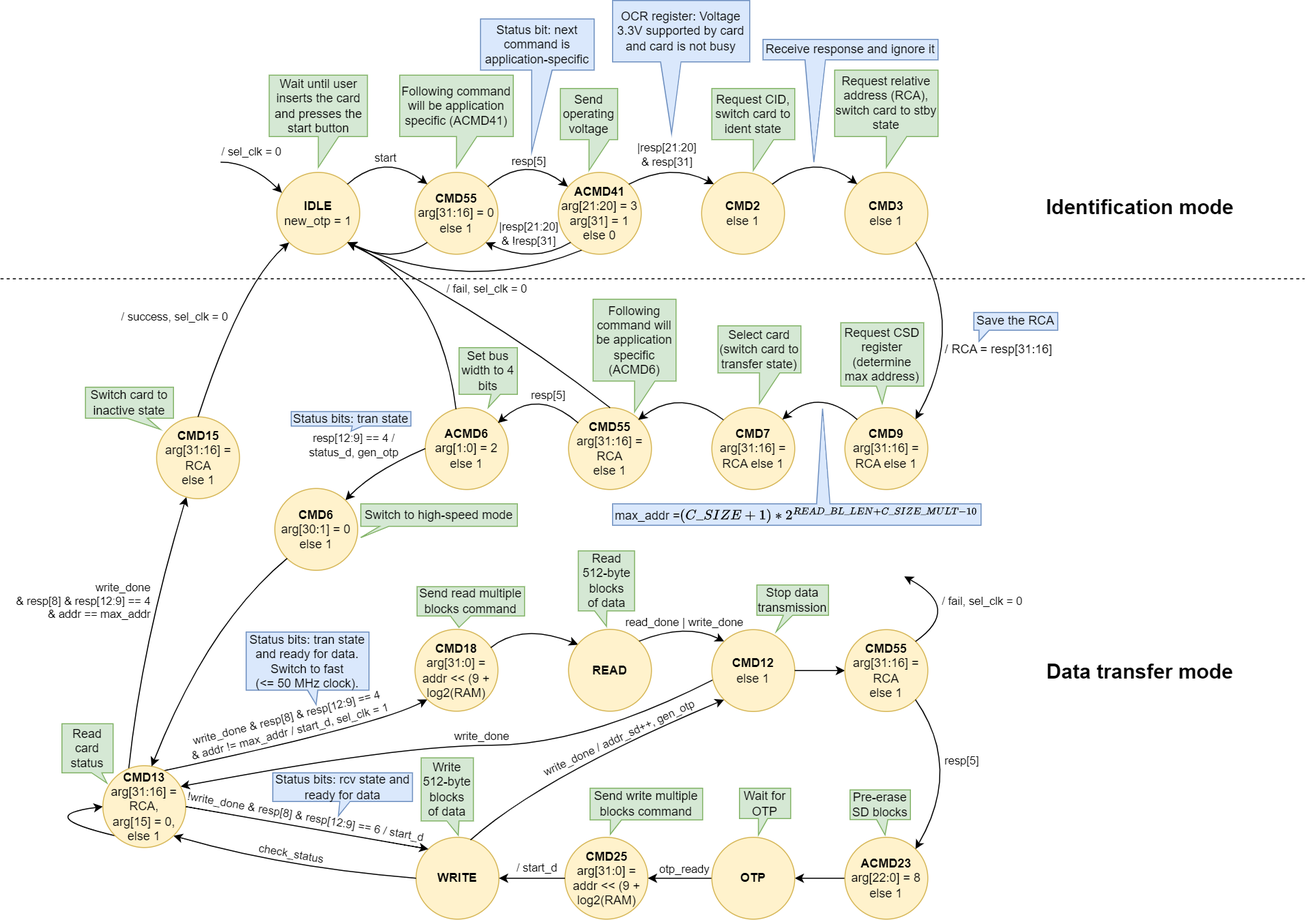
Earlier version of the draw.io export docs/SD/SD_fpga_states.png (sirazenkov/GhostSD). Source tidied: cells renumbered, new cells last; positions are measured from the earlier drawing's top-left corner, leaving out a move shared by most shapes.
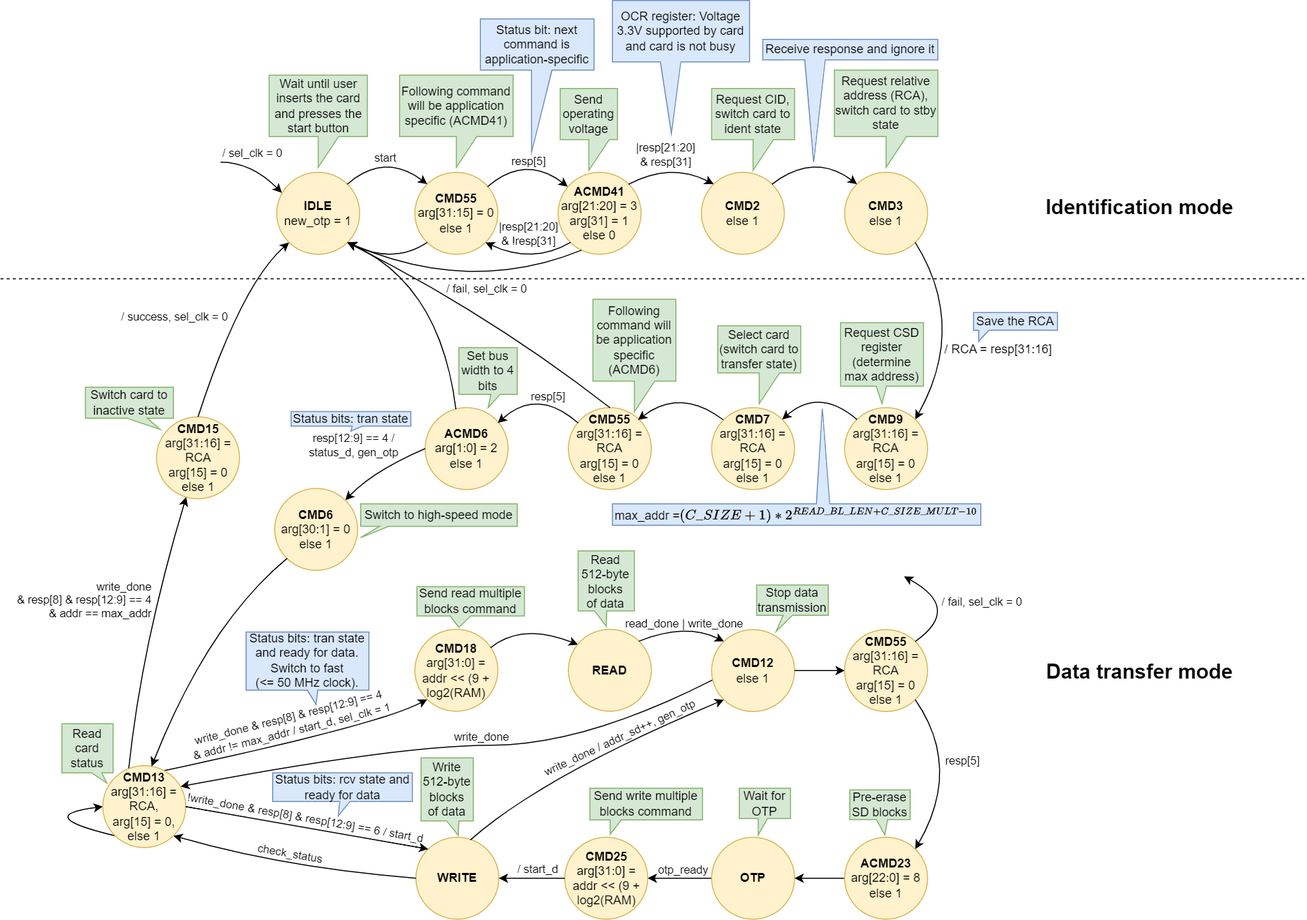
The same diagram one commit later.

The edit, as a diff of the source:
```diff
@@ -18,7 +18,7 @@
     <mxCell id="4" value="&lt;b&gt;IDLE&lt;/b&gt;&lt;br&gt;new_otp = 1" style="ellipse;whiteSpace=wrap;html=1;fillColor=#fff2cc;strokeColor=#d6b656;" parent="1" vertex="1">
       <mxGeometry x="270" y="168" width="81" height="80" as="geometry" />
     </mxCell>
-    <mxCell id="5" value="&lt;b&gt;CMD55&lt;br&gt;&lt;/b&gt;arg[31:16] = 0&lt;br&gt;else 1" style="ellipse;whiteSpace=wrap;html=1;fillColor=#fff2cc;strokeColor=#d6b656;" parent="1" vertex="1">
+    <mxCell id="5" value="&lt;b&gt;CMD55&lt;br&gt;&lt;/b&gt;arg[31:15] = 0&lt;br&gt;else 1" style="ellipse;whiteSpace=wrap;html=1;fillColor=#fff2cc;strokeColor=#d6b656;" parent="1" vertex="1">
       <mxGeometry x="405" y="168" width="81" height="80" as="geometry" />
     </mxCell>
     <mxCell id="6" style="curved=1;endArrow=classic;html=1;rounded=0;" parent="1" edge="1">
@@ -106,10 +106,10 @@
         </Array>
       </mxGeometry>
     </mxCell>
-    <mxCell id="21" value="&lt;b&gt;CMD7&lt;/b&gt;&lt;br&gt;arg[31:16] = RCA else 1" style="ellipse;whiteSpace=wrap;html=1;fillColor=#fff2cc;strokeColor=#d6b656;" parent="1" vertex="1">
+    <mxCell id="21" value="&lt;b&gt;CMD7&lt;/b&gt;&lt;br&gt;arg[31:16] = RCA&lt;br&gt;arg[15] = 0&lt;br&gt;else 1" style="ellipse;whiteSpace=wrap;html=1;fillColor=#fff2cc;strokeColor=#d6b656;" parent="1" vertex="1">
       <mxGeometry x="695" y="398" width="81" height="80" as="geometry" />
     </mxCell>
-    <mxCell id="22" value="&lt;b&gt;CMD55&lt;/b&gt;&lt;br&gt;arg[31:16] = RCA&lt;br&gt;else 1" style="ellipse;whiteSpace=wrap;html=1;fillColor=#fff2cc;strokeColor=#d6b656;" parent="1" vertex="1">
+    <mxCell id="22" value="&lt;b&gt;CMD55&lt;/b&gt;&lt;br&gt;arg[31:16] = RCA&lt;br style=&quot;border-color: var(--border-color);&quot;&gt;arg[15] = 0&lt;br style=&quot;border-color: var(--border-color);&quot;&gt;else 1" style="ellipse;whiteSpace=wrap;html=1;fillColor=#fff2cc;strokeColor=#d6b656;" parent="1" vertex="1">
       <mxGeometry x="555" y="398" width="81" height="80" as="geometry" />
     </mxCell>
     <mxCell id="23" style="curved=1;endArrow=none;html=1;rounded=0;exitX=1;exitY=0;exitDx=0;exitDy=0;entryX=0;entryY=0;entryDx=0;entryDy=0;startArrow=classic;startFill=1;endFill=0;" parent="1" edge="1">
@@ -189,7 +189,7 @@
         <mxPoint x="-55" y="-4" as="offset" />
       </mxGeometry>
     </mxCell>
-    <mxCell id="36" value="&lt;b&gt;CMD15&lt;/b&gt;&lt;br&gt;arg[31:16] = RCA&lt;br&gt;else 1" style="ellipse;whiteSpace=wrap;html=1;fillColor=#fff2cc;strokeColor=#d6b656;" parent="1" vertex="1">
+    <mxCell id="36" value="&lt;b&gt;CMD15&lt;/b&gt;&lt;br&gt;arg[31:16] = RCA&lt;br style=&quot;border-color: var(--border-color);&quot;&gt;arg[15] = 0&lt;br style=&quot;border-color: var(--border-color);&quot;&gt;else 1" style="ellipse;whiteSpace=wrap;html=1;fillColor=#fff2cc;strokeColor=#d6b656;" parent="1" vertex="1">
       <mxGeometry x="152.5" y="407" width="81" height="80" as="geometry" />
     </mxCell>
     <mxCell id="37" style="curved=1;endArrow=classic;html=1;rounded=0;entryX=0;entryY=1;entryDx=0;entryDy=0;exitX=0.5;exitY=0;exitDx=0;exitDy=0;" parent="1" edge="1" source="36" target="4">
@@ -334,7 +334,7 @@
         <mxPoint x="4" y="-1" as="offset" />
       </mxGeometry>
     </mxCell>
-    <mxCell id="72" value="&lt;b&gt;CMD9&lt;/b&gt;&lt;br&gt;arg[31:16] = RCA else 1" style="ellipse;whiteSpace=wrap;html=1;fillColor=#fff2cc;strokeColor=#d6b656;" parent="1" vertex="1">
+    <mxCell id="72" value="&lt;b&gt;CMD9&lt;/b&gt;&lt;br&gt;arg[31:16] = RCA&lt;br style=&quot;border-color: var(--border-color);&quot;&gt;arg[15] = 0&lt;br style=&quot;border-color: var(--border-color);&quot;&gt;else 1" style="ellipse;whiteSpace=wrap;html=1;fillColor=#fff2cc;strokeColor=#d6b656;" parent="1" vertex="1">
       <mxGeometry x="825" y="398" width="81" height="80" as="geometry" />
     </mxCell>
     <mxCell id="73" style="curved=1;endArrow=none;html=1;rounded=0;entryX=0;entryY=0;entryDx=0;entryDy=0;startArrow=classic;startFill=1;endFill=0;exitX=1;exitY=0;exitDx=0;exitDy=0;" parent="1" edge="1" source="21" target="72">
@@ -448,7 +448,7 @@
     <mxCell id="99" value="Wait for OTP" style="shape=callout;whiteSpace=wrap;html=1;perimeter=calloutPerimeter;fillColor=#d5e8d4;strokeColor=#82b366;size=16;position=0.37;position2=0.37;base=9;" parent="1" vertex="1">
       <mxGeometry x="722" y="770" width="50" height="45.7" as="geometry" />
     </mxCell>
-    <mxCell id="100" value="&lt;b&gt;CMD55&lt;/b&gt;&lt;br&gt;arg[31:16] = RCA&lt;br&gt;else 1" style="ellipse;whiteSpace=wrap;html=1;fillColor=#fff2cc;strokeColor=#d6b656;" parent="1" vertex="1">
+    <mxCell id="100" value="&lt;b&gt;CMD55&lt;/b&gt;&lt;br&gt;arg[31:16] = RCA&lt;br style=&quot;border-color: var(--border-color);&quot;&gt;arg[15] = 0&lt;br style=&quot;border-color: var(--border-color);&quot;&gt;else 1" style="ellipse;whiteSpace=wrap;html=1;fillColor=#fff2cc;strokeColor=#d6b656;" parent="1" vertex="1">
       <mxGeometry x="825" y="615" width="81" height="80" as="geometry" />
     </mxCell>
     <mxCell id="101" style="curved=1;endArrow=classic;html=1;rounded=0;exitX=1;exitY=1;exitDx=0;exitDy=0;entryX=1;entryY=0;entryDx=0;entryDy=0;" parent="1" edge="1" source="100" target="86">
```
